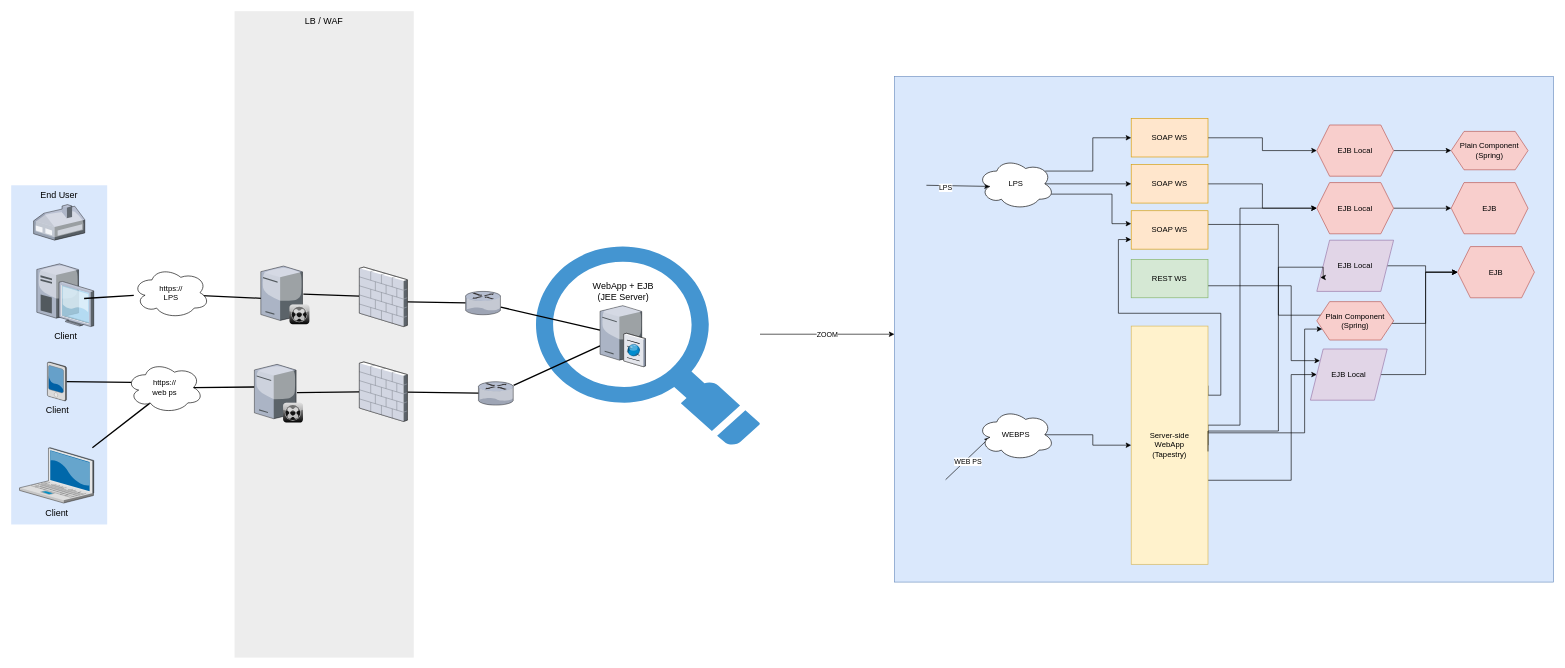
Before: transformation etape 3.drawio in YannRobert/draw.io, a draw.io diagram. Source tidied: cells renumbered, new cells numbered last; positions are measured from the earlier drawing's top-left corner, leaving out a move shared by most shapes. Both pictures are drawn from the tidied source at 64%, with x=0, y=0 at pixel (11, 11).
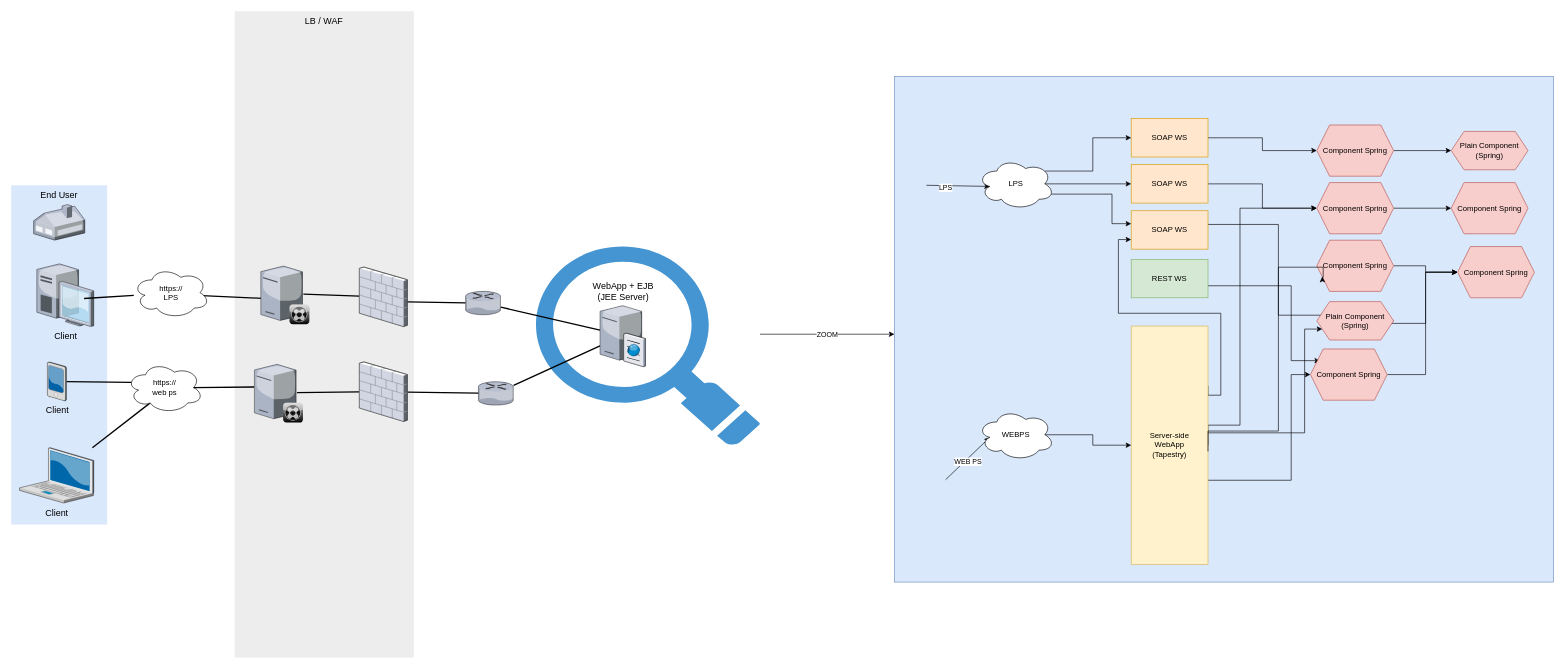
Above is the later version.

Commit message:
Mettre à jour transformation etape 3.drawio

Diff of the diagram source:
```diff
@@
-    <mxCell id="37" value="EJB Local" style="shape=hexagon;perimeter=hexagonPerimeter2;whiteSpace=wrap;html=1;fixedSize=1;fillColor=#f8cecc;strokeColor=#b85450;" parent="1" vertex="1">
+    <mxCell id="37" value="Component Spring" style="shape=hexagon;perimeter=hexagonPerimeter2;whiteSpace=wrap;html=1;fixedSize=1;fillColor=#f8cecc;strokeColor=#b85450;" parent="1" vertex="1">
       <mxGeometry x="2040" y="177.8" width="120" height="80" as="geometry" />
     </mxCell>
@@
-    <mxCell id="39" value="EJB Local" style="shape=parallelogram;perimeter=parallelogramPerimeter;whiteSpace=wrap;html=1;fixedSize=1;fillColor=#e1d5e7;strokeColor=#9673a6;" parent="1" vertex="1">
+    <mxCell id="39" value="Component Spring" style="shape=hexagon;perimeter=hexagonPerimeter2;whiteSpace=wrap;html=1;fixedSize=1;fillColor=#f8cecc;strokeColor=#b85450;" parent="1" vertex="1">
       <mxGeometry x="2040" y="357.8" width="120" height="80" as="geometry" />
     </mxCell>
@@
-    <mxCell id="41" value="EJB Local" style="shape=hexagon;perimeter=hexagonPerimeter2;whiteSpace=wrap;html=1;fixedSize=1;fillColor=#f8cecc;strokeColor=#b85450;" parent="1" vertex="1">
+    <mxCell id="41" value="Component Spring" style="shape=hexagon;perimeter=hexagonPerimeter2;whiteSpace=wrap;html=1;fixedSize=1;fillColor=#f8cecc;strokeColor=#b85450;" parent="1" vertex="1">
       <mxGeometry x="2040" y="267.8" width="120" height="80" as="geometry" />
     </mxCell>
-    <mxCell id="42" value="EJB" style="shape=hexagon;perimeter=hexagonPerimeter2;whiteSpace=wrap;html=1;fixedSize=1;fillColor=#f8cecc;strokeColor=#b85450;" parent="1" vertex="1">
+    <mxCell id="42" value="Component Spring" style="shape=hexagon;perimeter=hexagonPerimeter2;whiteSpace=wrap;html=1;fixedSize=1;fillColor=#f8cecc;strokeColor=#b85450;" parent="1" vertex="1">
       <mxGeometry x="2250" y="267.8" width="120" height="80" as="geometry" />
     </mxCell>
@@
-    <mxCell id="44" value="EJB" style="shape=hexagon;perimeter=hexagonPerimeter2;whiteSpace=wrap;html=1;fixedSize=1;fillColor=#f8cecc;strokeColor=#b85450;" parent="1" vertex="1">
+    <mxCell id="44" value="Component Spring" style="shape=hexagon;perimeter=hexagonPerimeter2;whiteSpace=wrap;html=1;fixedSize=1;fillColor=#f8cecc;strokeColor=#b85450;" parent="1" vertex="1">
       <mxGeometry x="2260" y="367.8" width="120" height="80" as="geometry" />
     </mxCell>
@@
-    <mxCell id="46" value="EJB Local" style="shape=parallelogram;perimeter=parallelogramPerimeter;whiteSpace=wrap;html=1;fixedSize=1;fillColor=#e1d5e7;strokeColor=#9673a6;" parent="1" vertex="1">
+    <mxCell id="46" value="Component Spring" style="shape=hexagon;perimeter=hexagonPerimeter2;whiteSpace=wrap;html=1;fixedSize=1;fillColor=#f8cecc;strokeColor=#b85450;" parent="1" vertex="1">
       <mxGeometry x="2030" y="527.8" width="120" height="80" as="geometry" />
     </mxCell>
```
